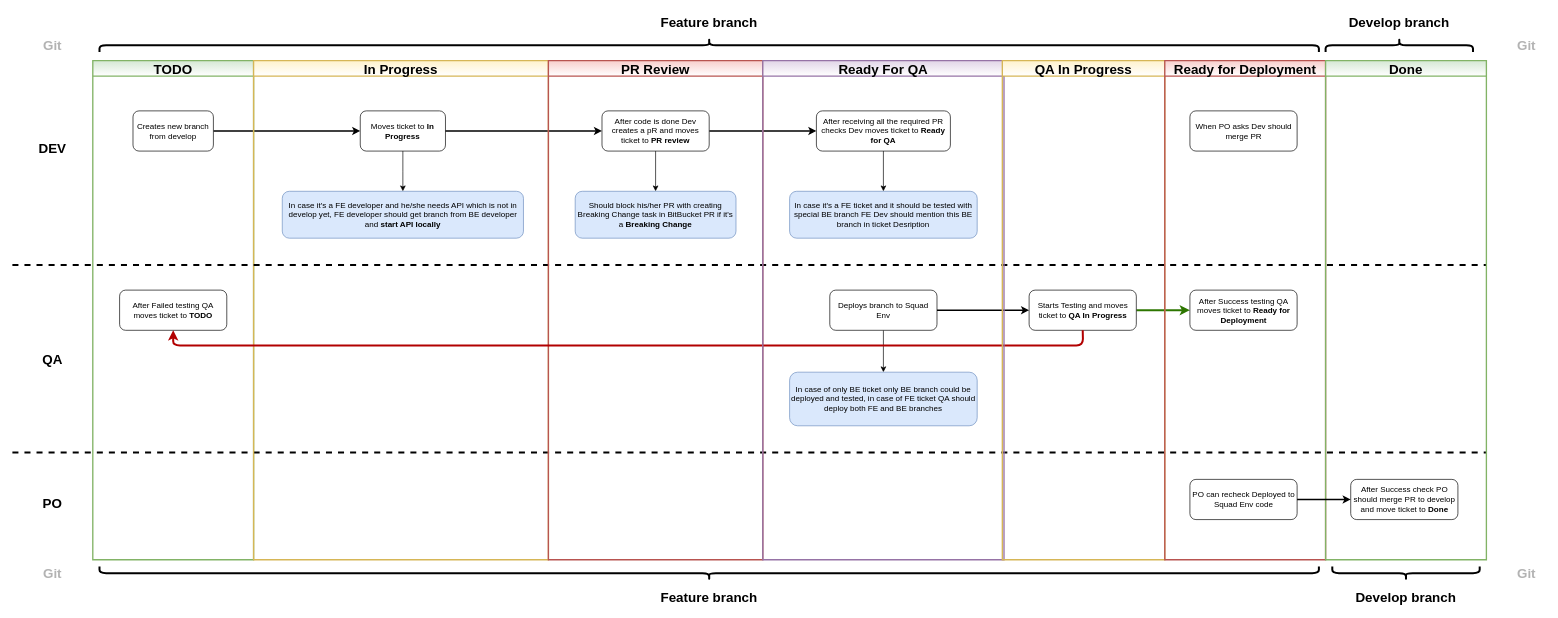
Before: documentation/docs/project/dev-flow/dev-flow.drawio in PrabhatSingh2611/samplecode, a draw.io diagram. Source tidied: cells renumbered, new cells numbered last; positions are measured from the earlier drawing's top-left corner, leaving out a move shared by most shapes. Both pictures are drawn from the tidied source at 67%, with x=0, y=0 at pixel (12, 11).
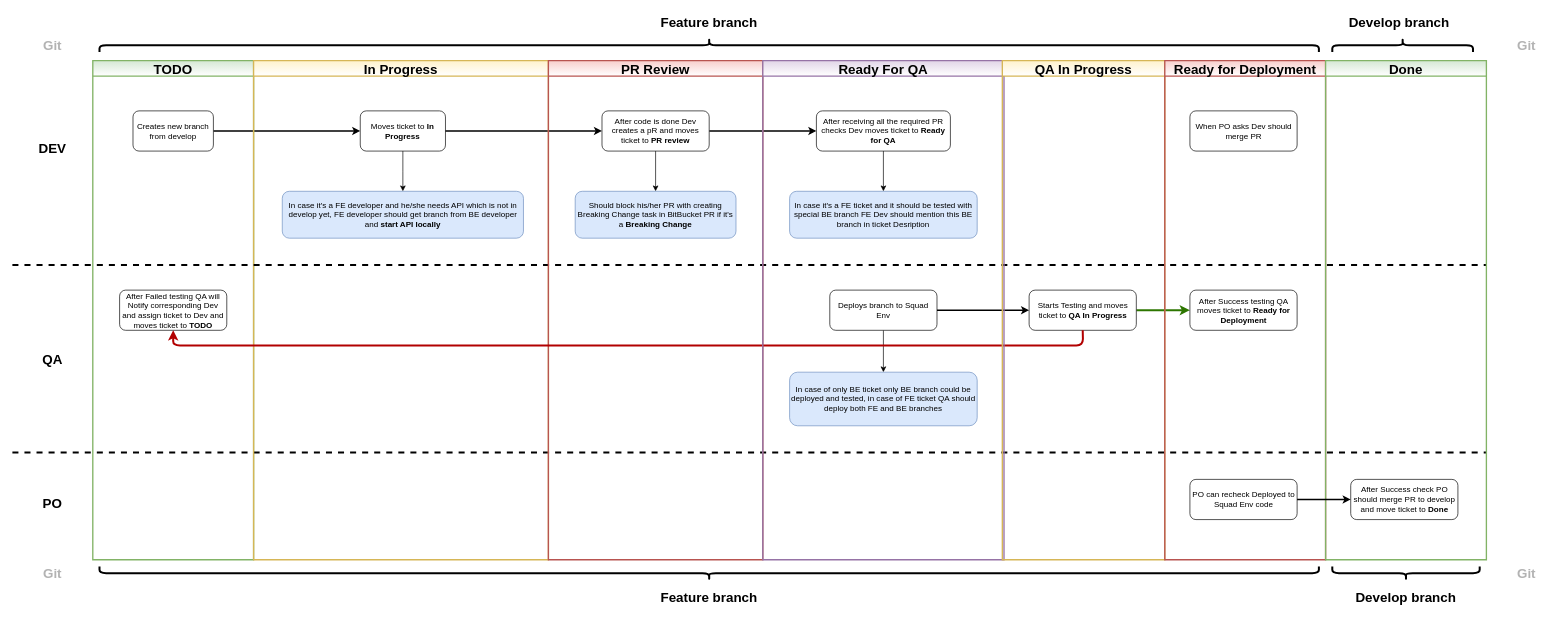
The same diagram, later.

Commit message (it also covers changes not shown here):
[VA] Change Docs about Devv Flow

The change refers to these unchanged cells:
```xml
<mxCell id="23" value="TODO" style="swimlane;fontSize=20;fillColor=#d5e8d4;strokeColor=#82b366;gradientColor=#ffffff;swimlaneFillColor=none;strokeWidth=2;" parent="1" vertex="1">
  <mxGeometry x="120" y="73" width="240" height="745" as="geometry" />
</mxCell>
```

Change to the diagram source:
```diff
@@
-    <mxCell id="24" value="After Failed testing QA moves ticket to &lt;b&gt;TODO&lt;/b&gt;" style="rounded=1;whiteSpace=wrap;html=1;" parent="23" vertex="1">
+    <mxCell id="24" value="After Failed testing QA will Notify corresponding Dev and assign ticket to Dev and moves ticket to &lt;b&gt;TODO&lt;/b&gt;" style="rounded=1;whiteSpace=wrap;html=1;" parent="23" vertex="1">
       <mxGeometry x="40" y="342.5" width="160" height="60" as="geometry" />
     </mxCell>
@@
     <mxCell id="46" style="shape=curlyBracket;whiteSpace=wrap;html=1;rounded=1;direction=south;strokeWidth=3;perimeterSpacing=0;gradientColor=none;gradientDirection=north;" parent="1" vertex="1">
-      <mxGeometry x="1960" y="40" width="220" height="20" as="geometry" />
+      <mxGeometry x="1970" y="40" width="210" height="20" as="geometry" />
     </mxCell>
```
